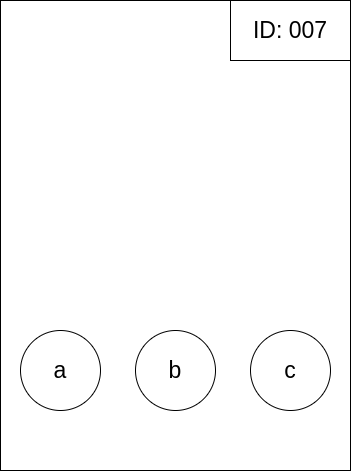
Earlier version of the draw.io export punchscan/resources/high_level_ballot_bottom.drawio.png (Lavode/41506-seminar-cryptography-and-data-security). Source tidied: cells renumbered, new cells last; positions are measured from the earlier drawing's top-left corner, leaving out a move shared by most shapes. Its diagram source:
```xml
<mxGraphModel>
  <root>
    <mxCell id="0" />
    <mxCell id="1" parent="0" />
    <mxCell id="2" style="group;spacingLeft=17;" parent="1" vertex="1">
      <mxGeometry width="350" height="470" as="geometry" />
    </mxCell>
    <mxCell id="3" style="rounded=0;whiteSpace=wrap;html=1;" parent="2" vertex="1">
      <mxGeometry width="350" height="470" as="geometry" />
    </mxCell>
    <mxCell id="4" value="ID: 007" style="rounded=0;whiteSpace=wrap;html=1;fontSize=23;" parent="2" vertex="1">
      <mxGeometry x="230" width="120" height="60" as="geometry" />
    </mxCell>
    <mxCell id="5" value="a" style="ellipse;whiteSpace=wrap;html=1;fontSize=23;" parent="2" vertex="1">
      <mxGeometry x="20" y="330" width="80" height="80" as="geometry" />
    </mxCell>
    <mxCell id="6" value="b" style="ellipse;whiteSpace=wrap;html=1;fontSize=23;" parent="2" vertex="1">
      <mxGeometry x="135" y="330" width="80" height="80" as="geometry" />
    </mxCell>
    <mxCell id="7" value="c" style="ellipse;whiteSpace=wrap;html=1;fontSize=23;" parent="2" vertex="1">
      <mxGeometry x="250" y="330" width="80" height="80" as="geometry" />
    </mxCell>
  </root>
</mxGraphModel>
```
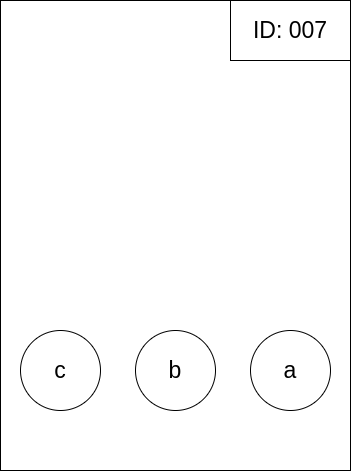
The same file after the commit.

Commit message:
Minor changes to example ballot and notation.

Diff of the diagram source:
```diff
@@ -11,13 +11,13 @@
     <mxCell id="4" value="ID: 007" style="rounded=0;whiteSpace=wrap;html=1;fontSize=23;" parent="2" vertex="1">
       <mxGeometry x="230" width="120" height="60" as="geometry" />
     </mxCell>
-    <mxCell id="5" value="a" style="ellipse;whiteSpace=wrap;html=1;fontSize=23;" parent="2" vertex="1">
+    <mxCell id="5" value="c" style="ellipse;whiteSpace=wrap;html=1;fontSize=23;" parent="2" vertex="1">
       <mxGeometry x="20" y="330" width="80" height="80" as="geometry" />
     </mxCell>
     <mxCell id="6" value="b" style="ellipse;whiteSpace=wrap;html=1;fontSize=23;" parent="2" vertex="1">
       <mxGeometry x="135" y="330" width="80" height="80" as="geometry" />
     </mxCell>
-    <mxCell id="7" value="c" style="ellipse;whiteSpace=wrap;html=1;fontSize=23;" parent="2" vertex="1">
+    <mxCell id="7" value="a" style="ellipse;whiteSpace=wrap;html=1;fontSize=23;" parent="2" vertex="1">
       <mxGeometry x="250" y="330" width="80" height="80" as="geometry" />
     </mxCell>
   </root>
```
